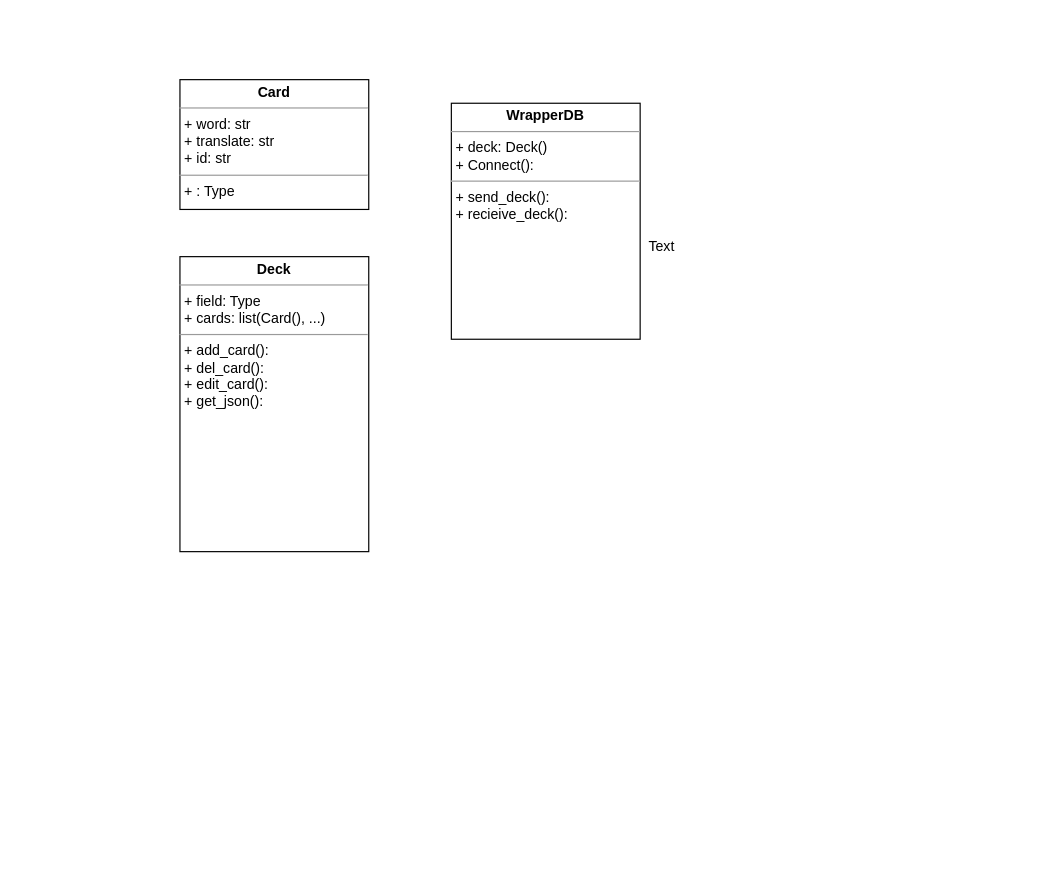
Above: page "Page-1" (1 of 2) of Something/new.drawio in alexanderskiba/python (draw.io), before the change. Source tidied: cells renumbered, new cells numbered last; positions are measured from the earlier drawing's top-left corner, leaving out a move shared by most shapes. Both pictures are drawn from the tidied source at 118%, with x=0, y=0 at pixel (179, 79).
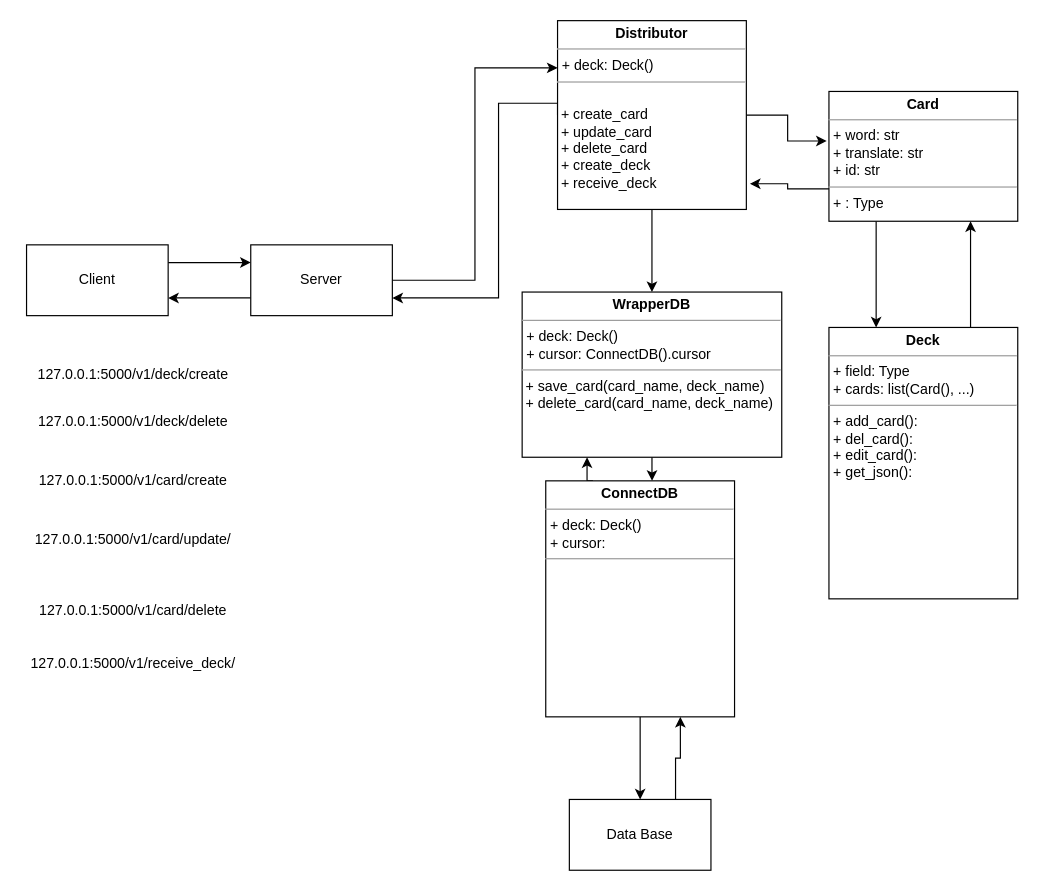
After the change.

The edit, as a diff of the source:
```diff
@@
+    <mxCell id="6" style="edgeStyle=orthogonalEdgeStyle;rounded=0;jettySize=auto;html=1;exitX=0;exitY=0.75;exitDx=0;exitDy=0;entryX=1.019;entryY=0.864;entryDx=0;entryDy=0;entryPerimeter=0;" parent="1" edge="1" source="2" target="5">
+      <mxGeometry relative="1" as="geometry" />
+    </mxCell>
+    <mxCell id="7" style="edgeStyle=orthogonalEdgeStyle;rounded=0;jettySize=auto;html=1;exitX=0.25;exitY=1;exitDx=0;exitDy=0;entryX=0.25;entryY=0;entryDx=0;entryDy=0;" parent="1" edge="1" source="2" target="3">
+      <mxGeometry relative="1" as="geometry" />
+    </mxCell>
     <mxCell id="2" value="&lt;p style=&quot;margin: 0px ; margin-top: 4px ; text-align: center&quot;&gt;&lt;b&gt;Card&lt;/b&gt;&lt;/p&gt;&lt;hr size=&quot;1&quot;&gt;&lt;p style=&quot;margin: 0px ; margin-left: 4px&quot;&gt;+ word: str&lt;/p&gt;&lt;p style=&quot;margin: 0px ; margin-left: 4px&quot;&gt;+ translate: str&lt;/p&gt;&lt;p style=&quot;margin: 0px ; margin-left: 4px&quot;&gt;+ id: str&lt;/p&gt;&lt;hr size=&quot;1&quot;&gt;&lt;p style=&quot;margin: 0px ; margin-left: 4px&quot;&gt;+ : Type&lt;/p&gt;" style="verticalAlign=top;align=left;overflow=fill;fontSize=12;fontFamily=Helvetica;html=1;" parent="1" vertex="1">
-      <mxGeometry width="160" height="110" as="geometry" />
+      <mxGeometry x="550" y="10" width="160" height="110" as="geometry" />
     </mxCell>
+    <mxCell id="8" style="edgeStyle=orthogonalEdgeStyle;rounded=0;jettySize=auto;html=1;exitX=0.75;exitY=0;exitDx=0;exitDy=0;entryX=0.75;entryY=1;entryDx=0;entryDy=0;" parent="1" edge="1" source="3" target="2">
+      <mxGeometry relative="1" as="geometry" />
+    </mxCell>
     <mxCell id="3" value="&lt;p style=&quot;margin: 0px ; margin-top: 4px ; text-align: center&quot;&gt;&lt;b&gt;Deck&lt;/b&gt;&lt;/p&gt;&lt;hr size=&quot;1&quot;&gt;&lt;p style=&quot;margin: 0px ; margin-left: 4px&quot;&gt;+ field: Type&lt;/p&gt;&lt;p style=&quot;margin: 0px ; margin-left: 4px&quot;&gt;+ cards: list(Card(), ...)&lt;/p&gt;&lt;hr size=&quot;1&quot;&gt;&lt;p style=&quot;margin: 0px ; margin-left: 4px&quot;&gt;+ add_card():&lt;/p&gt;&lt;p style=&quot;margin: 0px ; margin-left: 4px&quot;&gt;+ del_card():&lt;/p&gt;&lt;p style=&quot;margin: 0px ; margin-left: 4px&quot;&gt;+ edit_card():&lt;/p&gt;&lt;p style=&quot;margin: 0px ; margin-left: 4px&quot;&gt;+ get_json():&lt;/p&gt;" style="verticalAlign=top;align=left;overflow=fill;fontSize=12;fontFamily=Helvetica;html=1;" parent="1" vertex="1">
-      <mxGeometry y="150" width="160" height="250" as="geometry" />
+      <mxGeometry x="550" y="210" width="160" height="230" as="geometry" />
     </mxCell>
-    <mxCell id="4" value="Text" style="text;html=1;align=center;verticalAlign=middle;" parent="1" vertex="1">
-      <mxGeometry x="388" y="132" width="40" height="20" as="geometry" />
-    </mxCell>
+    <mxCell id="9" style="edgeStyle=orthogonalEdgeStyle;rounded=0;jettySize=auto;html=1;exitX=0.5;exitY=1;exitDx=0;exitDy=0;" parent="1" edge="1" source="5" target="16">
+      <mxGeometry relative="1" as="geometry" />
+    </mxCell>
+    <mxCell id="10" style="edgeStyle=orthogonalEdgeStyle;rounded=0;jettySize=auto;html=1;exitX=0;exitY=0.5;exitDx=0;exitDy=0;entryX=1;entryY=0.75;entryDx=0;entryDy=0;" parent="1" edge="1" source="5" target="19">
+      <mxGeometry relative="1" as="geometry">
+        <Array as="points">
+          <mxPoint x="270" y="20" />
+          <mxPoint x="270" y="185" />
+        </Array>
+      </mxGeometry>
+    </mxCell>
+    <mxCell id="11" style="edgeStyle=orthogonalEdgeStyle;rounded=0;jettySize=auto;html=1;exitX=1;exitY=0.5;exitDx=0;exitDy=0;entryX=-0.012;entryY=0.382;entryDx=0;entryDy=0;entryPerimeter=0;" parent="1" edge="1" source="5" target="2">
+      <mxGeometry relative="1" as="geometry" />
+    </mxCell>
-    <mxCell id="5" value="&lt;p style=&quot;margin: 0px ; margin-top: 4px ; text-align: center&quot;&gt;&lt;b&gt;WrapperDB&lt;/b&gt;&lt;/p&gt;&lt;hr size=&quot;1&quot;&gt;&lt;p style=&quot;margin: 0px ; margin-left: 4px&quot;&gt;+ deck: Deck()&lt;/p&gt;&lt;p style=&quot;margin: 0px ; margin-left: 4px&quot;&gt;+ Connect():&amp;nbsp;&lt;/p&gt;&lt;hr size=&quot;1&quot;&gt;&lt;p style=&quot;margin: 0px ; margin-left: 4px&quot;&gt;+ send_deck():&lt;/p&gt;&lt;p style=&quot;margin: 0px ; margin-left: 4px&quot;&gt;+ recieive_deck():&lt;/p&gt;&lt;p style=&quot;margin: 0px ; margin-left: 4px&quot;&gt;&lt;br&gt;&lt;/p&gt;" style="verticalAlign=top;align=left;overflow=fill;fontSize=12;fontFamily=Helvetica;html=1;" parent="1" vertex="1">
-      <mxGeometry x="230" y="20" width="160" height="200" as="geometry" />
+    <mxCell id="5" value="&lt;p style=&quot;margin: 4px 0px 0px ; text-align: center&quot;&gt;&lt;b&gt;Distributor&lt;/b&gt;&lt;/p&gt;&lt;hr size=&quot;1&quot;&gt;&lt;p style=&quot;margin: 0px 0px 0px 4px&quot;&gt;+ deck: Deck()&lt;/p&gt;&lt;hr size=&quot;1&quot;&gt;&lt;p style=&quot;margin: 0px 0px 0px 4px&quot;&gt;&lt;br&gt;&lt;/p&gt;&lt;span style=&quot;text-align: center&quot;&gt;&amp;nbsp;+ create_card&lt;br&gt;&amp;nbsp;+&amp;nbsp;&lt;/span&gt;&lt;span style=&quot;text-align: center&quot;&gt;update_card&lt;br&gt;&lt;/span&gt;&lt;span style=&quot;text-align: center&quot;&gt;&amp;nbsp;+ delete_card&lt;br&gt;&amp;nbsp;+ create_deck&lt;br&gt;&amp;nbsp;+ receive_deck&lt;br&gt;&lt;br&gt;&lt;/span&gt;" style="verticalAlign=top;align=left;overflow=fill;fontSize=12;fontFamily=Helvetica;html=1;" parent="1" vertex="1">
+      <mxGeometry x="320" y="-50" width="160" height="160" as="geometry" />
     </mxCell>
+    <mxCell id="12" style="edgeStyle=orthogonalEdgeStyle;rounded=0;jettySize=auto;html=1;exitX=0.5;exitY=1;exitDx=0;exitDy=0;entryX=0.5;entryY=0;entryDx=0;entryDy=0;" parent="1" edge="1" source="14" target="21">
+      <mxGeometry relative="1" as="geometry" />
+    </mxCell>
+    <mxCell id="13" style="edgeStyle=orthogonalEdgeStyle;rounded=0;jettySize=auto;html=1;exitX=0.25;exitY=0;exitDx=0;exitDy=0;entryX=0.25;entryY=1;entryDx=0;entryDy=0;" parent="1" edge="1" source="14" target="16">
+      <mxGeometry relative="1" as="geometry" />
+    </mxCell>
+    <mxCell id="14" value="&lt;p style=&quot;margin: 0px ; margin-top: 4px ; text-align: center&quot;&gt;&lt;b&gt;ConnectDB&lt;/b&gt;&lt;/p&gt;&lt;hr size=&quot;1&quot;&gt;&lt;p style=&quot;margin: 0px ; margin-left: 4px&quot;&gt;+ deck: Deck()&lt;/p&gt;&lt;p style=&quot;margin: 0px ; margin-left: 4px&quot;&gt;+ cursor:&amp;nbsp;&lt;/p&gt;&lt;hr size=&quot;1&quot;&gt;&lt;p style=&quot;margin: 0px ; margin-left: 4px&quot;&gt;&lt;br&gt;&lt;/p&gt;" style="verticalAlign=top;align=left;overflow=fill;fontSize=12;fontFamily=Helvetica;html=1;" parent="1" vertex="1">
+      <mxGeometry x="310" y="340" width="160" height="200" as="geometry" />
+    </mxCell>
+    <mxCell id="15" style="edgeStyle=orthogonalEdgeStyle;rounded=0;jettySize=auto;html=1;exitX=0.5;exitY=1;exitDx=0;exitDy=0;entryX=0.563;entryY=0;entryDx=0;entryDy=0;entryPerimeter=0;" parent="1" edge="1" source="16" target="14">
+      <mxGeometry relative="1" as="geometry" />
+    </mxCell>
+    <mxCell id="16" value="&lt;p style=&quot;margin: 4px 0px 0px ; text-align: center&quot;&gt;&lt;b&gt;WrapperDB&lt;/b&gt;&lt;/p&gt;&lt;hr size=&quot;1&quot;&gt;&lt;p style=&quot;margin: 0px 0px 0px 4px&quot;&gt;+ deck: Deck()&lt;/p&gt;&lt;p style=&quot;margin: 0px 0px 0px 4px&quot;&gt;+ cursor: ConnectDB().cursor&lt;/p&gt;&lt;hr size=&quot;1&quot;&gt;&lt;p style=&quot;margin: 0px 0px 0px 4px&quot;&gt;&lt;/p&gt;&lt;span style=&quot;text-align: center&quot;&gt;&amp;nbsp;+ save_card(card_name, deck_name)&lt;br&gt;&amp;nbsp;+ delete_card(card_name, deck_name)&lt;br&gt;&lt;br&gt;&lt;br&gt;&lt;/span&gt;" style="verticalAlign=top;align=left;overflow=fill;fontSize=12;fontFamily=Helvetica;html=1;" parent="1" vertex="1">
+      <mxGeometry x="290" y="180" width="220" height="140" as="geometry" />
+    </mxCell>
+    <mxCell id="17" style="edgeStyle=orthogonalEdgeStyle;rounded=0;jettySize=auto;html=1;exitX=1;exitY=0.5;exitDx=0;exitDy=0;entryX=0;entryY=0.25;entryDx=0;entryDy=0;" parent="1" edge="1" source="19" target="5">
+      <mxGeometry relative="1" as="geometry" />
+    </mxCell>
+    <mxCell id="18" style="edgeStyle=orthogonalEdgeStyle;rounded=0;jettySize=auto;html=1;exitX=0;exitY=0.75;exitDx=0;exitDy=0;entryX=1;entryY=0.75;entryDx=0;entryDy=0;" parent="1" edge="1" source="19" target="23">
+      <mxGeometry relative="1" as="geometry" />
+    </mxCell>
+    <mxCell id="19" value="Server" style="rounded=0;whiteSpace=wrap;html=1;" parent="1" vertex="1">
+      <mxGeometry x="60" y="140" width="120" height="60" as="geometry" />
+    </mxCell>
+    <mxCell id="20" style="edgeStyle=orthogonalEdgeStyle;rounded=0;jettySize=auto;html=1;exitX=0.75;exitY=0;exitDx=0;exitDy=0;entryX=0.713;entryY=1;entryDx=0;entryDy=0;entryPerimeter=0;" parent="1" edge="1" source="21" target="14">
+      <mxGeometry relative="1" as="geometry" />
+    </mxCell>
+    <mxCell id="21" value="Data Base" style="rounded=0;whiteSpace=wrap;html=1;" parent="1" vertex="1">
+      <mxGeometry x="330" y="610" width="120" height="60" as="geometry" />
+    </mxCell>
+    <mxCell id="22" style="edgeStyle=orthogonalEdgeStyle;rounded=0;jettySize=auto;html=1;exitX=1;exitY=0.25;exitDx=0;exitDy=0;entryX=0;entryY=0.25;entryDx=0;entryDy=0;" parent="1" edge="1" source="23" target="19">
+      <mxGeometry relative="1" as="geometry" />
+    </mxCell>
+    <mxCell id="23" value="Client" style="rounded=0;whiteSpace=wrap;html=1;" parent="1" vertex="1">
+      <mxGeometry x="-130" y="140" width="120" height="60" as="geometry" />
+    </mxCell>
+    <mxCell id="24" value="127.0.0.1:5000/v1/deck/create" style="text;html=1;align=center;verticalAlign=middle;" parent="1" vertex="1">
+      <mxGeometry x="-130" y="240" width="180" height="20" as="geometry" />
+    </mxCell>
+    <mxCell id="25" value="127.0.0.1:5000/v1/deck/delete" style="text;html=1;align=center;verticalAlign=middle;" parent="1" vertex="1">
+      <mxGeometry x="-130" y="280" width="180" height="20" as="geometry" />
+    </mxCell>
+    <mxCell id="26" value="127.0.0.1:5000/v1/card/create" style="text;html=1;align=center;verticalAlign=middle;" parent="1" vertex="1">
+      <mxGeometry x="-125" y="330" width="170" height="20" as="geometry" />
+    </mxCell>
+    <mxCell id="27" value="127.0.0.1:5000/v1/card/update/" style="text;html=1;align=center;verticalAlign=middle;" parent="1" vertex="1">
+      <mxGeometry x="-130" y="380" width="180" height="20" as="geometry" />
+    </mxCell>
+    <mxCell id="28" value="127.0.0.1:5000/v1/card/delete" style="text;html=1;align=center;verticalAlign=middle;" parent="1" vertex="1">
+      <mxGeometry x="-125" y="440" width="170" height="20" as="geometry" />
+    </mxCell>
+    <mxCell id="29" value="127.0.0.1:5000/v1/receive_deck/" style="text;html=1;align=center;verticalAlign=middle;" parent="1" vertex="1">
+      <mxGeometry x="-135" y="485" width="190" height="20" as="geometry" />
+    </mxCell>
```
